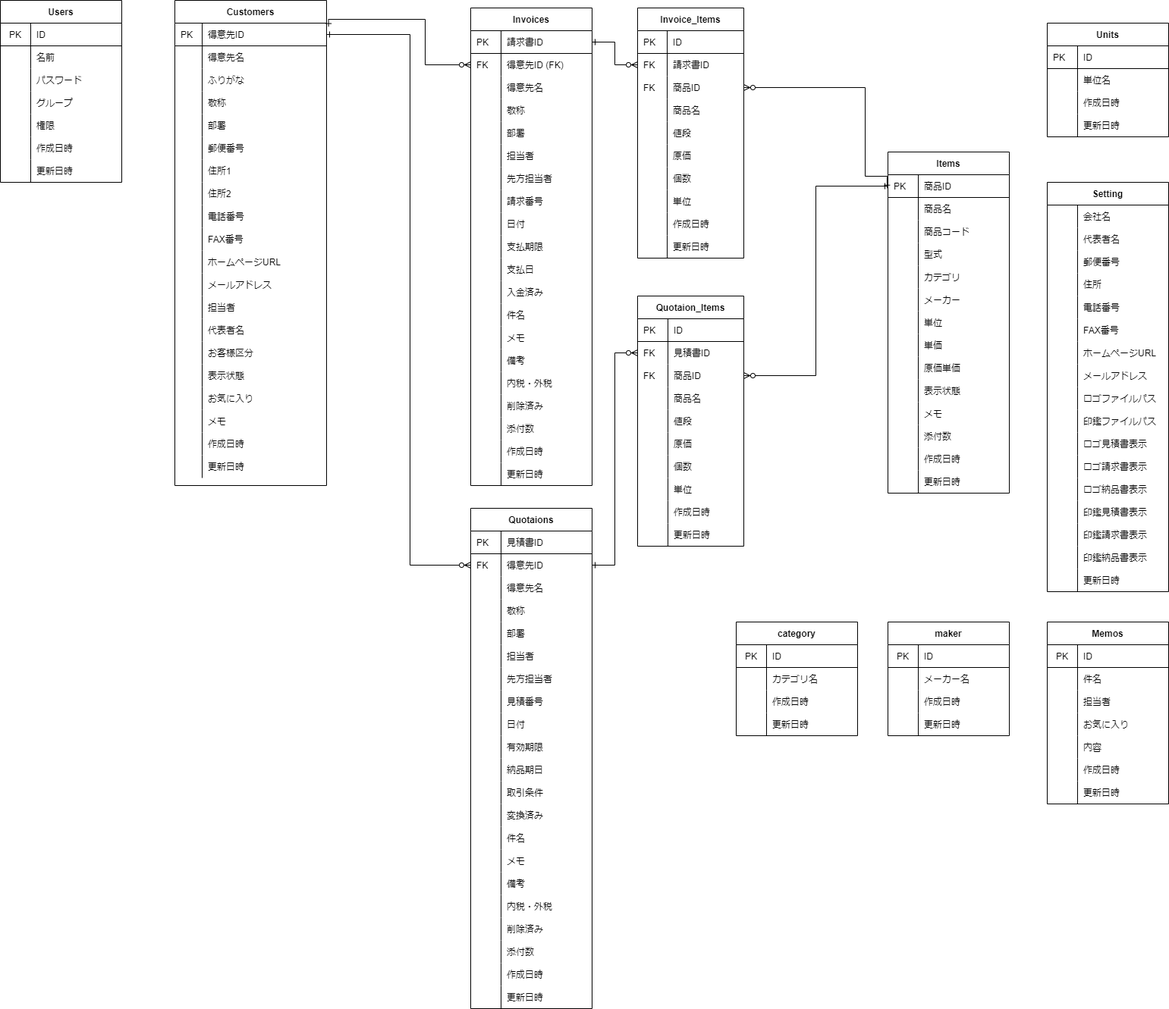
This is soho_er.png from gamasenninn/caddie-clone, a draw.io export, as it was before one commit. Source tidied: cells renumbered, new cells last; positions are measured from the earlier drawing's top-left corner, leaving out a move shared by most shapes.
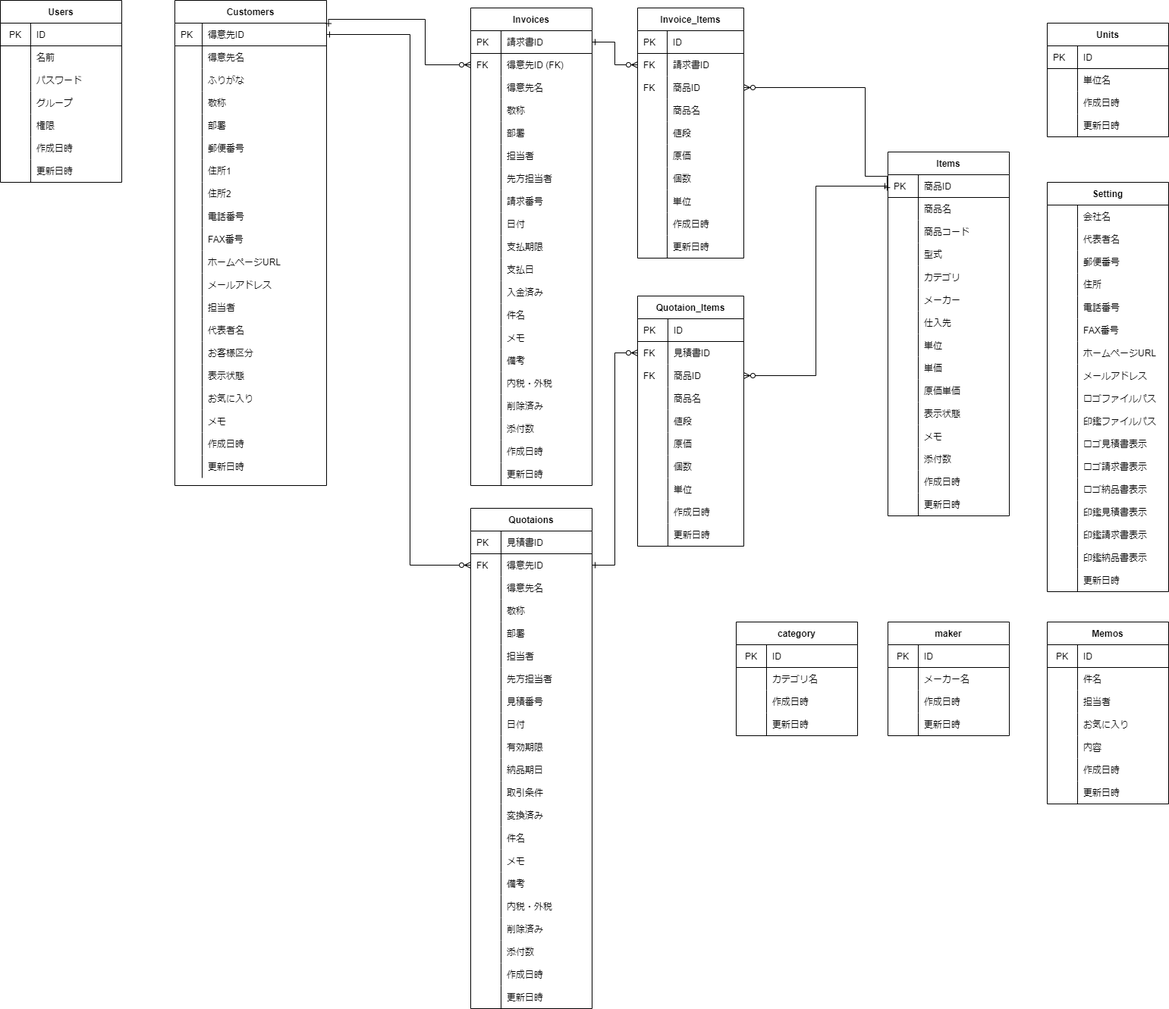
The same file after the commit.

The edit, as a diff of the source:
```diff
@@ -186,7 +186,7 @@
       <mxGeometry x="36" width="164" height="30" as="geometry" />
     </mxCell>
     <mxCell id="63" value="Items" style="shape=table;startSize=30;rowLines=0;fontStyle=1;align=center;" parent="1" vertex="1">
-      <mxGeometry x="1170" y="200" width="160" height="450" as="geometry" />
+      <mxGeometry x="1170" y="200" width="160" height="480" as="geometry" />
     </mxCell>
     <mxCell id="64" style="shape=partialRectangle;html=1;whiteSpace=wrap;fillColor=none;top=0;left=0;bottom=1;right=0;points=[[0,0.5],[1,0.5]];portConstraint=eastwest;" parent="63" vertex="1">
       <mxGeometry y="30" width="160" height="30" as="geometry" />
@@ -242,8 +242,17 @@
     <mxCell id="81" value="メーカー" style="shape=partialRectangle;html=1;whiteSpace=wrap;fillColor=none;top=0;left=0;bottom=0;right=0;align=left;spacingLeft=6;overflow=hidden;" parent="79" vertex="1">
       <mxGeometry x="40" width="120" height="30" as="geometry" />
     </mxCell>
+    <mxCell id="434" style="shape=partialRectangle;html=1;whiteSpace=wrap;fillColor=none;top=0;left=0;bottom=0;right=0;" parent="63" vertex="1">
+      <mxGeometry y="210" width="160" height="30" as="geometry" />
+    </mxCell>
+    <mxCell id="435" style="shape=partialRectangle;html=1;whiteSpace=wrap;fillColor=none;top=0;left=0;bottom=0;right=0;align=left;spacingLeft=6;overflow=hidden;" parent="434" vertex="1">
+      <mxGeometry width="40" height="30" as="geometry" />
+    </mxCell>
+    <mxCell id="436" value="仕入先" style="shape=partialRectangle;html=1;whiteSpace=wrap;fillColor=none;top=0;left=0;bottom=0;right=0;align=left;spacingLeft=6;overflow=hidden;" parent="434" vertex="1">
+      <mxGeometry x="40" width="120" height="30" as="geometry" />
+    </mxCell>
     <mxCell id="82" style="shape=partialRectangle;html=1;whiteSpace=wrap;fillColor=none;top=0;left=0;bottom=0;right=0;" parent="63" vertex="1">
-      <mxGeometry y="210" width="160" height="30" as="geometry" />
+      <mxGeometry y="240" width="160" height="30" as="geometry" />
     </mxCell>
     <mxCell id="83" style="shape=partialRectangle;html=1;whiteSpace=wrap;fillColor=none;top=0;left=0;bottom=0;right=0;align=left;spacingLeft=6;overflow=hidden;" parent="82" vertex="1">
       <mxGeometry width="40" height="30" as="geometry" />
@@ -252,7 +261,7 @@
       <mxGeometry x="40" width="120" height="30" as="geometry" />
     </mxCell>
     <mxCell id="85" style="shape=partialRectangle;html=1;whiteSpace=wrap;fillColor=none;top=0;left=0;bottom=0;right=0;" parent="63" vertex="1">
-      <mxGeometry y="240" width="160" height="30" as="geometry" />
+      <mxGeometry y="270" width="160" height="30" as="geometry" />
     </mxCell>
     <mxCell id="86" style="shape=partialRectangle;html=1;whiteSpace=wrap;fillColor=none;top=0;left=0;bottom=0;right=0;align=left;spacingLeft=6;overflow=hidden;" parent="85" vertex="1">
       <mxGeometry width="40" height="30" as="geometry" />
@@ -261,7 +270,7 @@
       <mxGeometry x="40" width="120" height="30" as="geometry" />
     </mxCell>
     <mxCell id="88" style="shape=partialRectangle;html=1;whiteSpace=wrap;fillColor=none;top=0;left=0;bottom=0;right=0;" parent="63" vertex="1">
-      <mxGeometry y="270" width="160" height="30" as="geometry" />
+      <mxGeometry y="300" width="160" height="30" as="geometry" />
     </mxCell>
     <mxCell id="89" style="shape=partialRectangle;html=1;whiteSpace=wrap;fillColor=none;top=0;left=0;bottom=0;right=0;align=left;spacingLeft=6;overflow=hidden;" parent="88" vertex="1">
       <mxGeometry width="40" height="30" as="geometry" />
@@ -270,7 +279,7 @@
       <mxGeometry x="40" width="120" height="30" as="geometry" />
     </mxCell>
     <mxCell id="91" style="shape=partialRectangle;html=1;whiteSpace=wrap;fillColor=none;top=0;left=0;bottom=0;right=0;" parent="63" vertex="1">
-      <mxGeometry y="300" width="160" height="30" as="geometry" />
+      <mxGeometry y="330" width="160" height="30" as="geometry" />
     </mxCell>
     <mxCell id="92" style="shape=partialRectangle;html=1;whiteSpace=wrap;fillColor=none;top=0;left=0;bottom=0;right=0;align=left;spacingLeft=6;overflow=hidden;" parent="91" vertex="1">
       <mxGeometry width="40" height="30" as="geometry" />
@@ -279,7 +288,7 @@
       <mxGeometry x="40" width="120" height="30" as="geometry" />
     </mxCell>
     <mxCell id="94" style="shape=partialRectangle;html=1;whiteSpace=wrap;fillColor=none;top=0;left=0;bottom=0;right=0;" parent="63" vertex="1">
-      <mxGeometry y="330" width="160" height="30" as="geometry" />
+      <mxGeometry y="360" width="160" height="30" as="geometry" />
     </mxCell>
     <mxCell id="95" style="shape=partialRectangle;html=1;whiteSpace=wrap;fillColor=none;top=0;left=0;bottom=0;right=0;align=left;spacingLeft=6;overflow=hidden;" parent="94" vertex="1">
       <mxGeometry width="40" height="30" as="geometry" />
@@ -288,7 +297,7 @@
       <mxGeometry x="40" width="120" height="30" as="geometry" />
     </mxCell>
     <mxCell id="97" style="shape=partialRectangle;html=1;whiteSpace=wrap;fillColor=none;top=0;left=0;bottom=0;right=0;" parent="63" vertex="1">
-      <mxGeometry y="360" width="160" height="30" as="geometry" />
+      <mxGeometry y="390" width="160" height="30" as="geometry" />
     </mxCell>
     <mxCell id="98" style="shape=partialRectangle;html=1;whiteSpace=wrap;fillColor=none;top=0;left=0;bottom=0;right=0;align=left;spacingLeft=6;overflow=hidden;" parent="97" vertex="1">
       <mxGeometry width="40" height="30" as="geometry" />
@@ -297,7 +306,7 @@
       <mxGeometry x="40" width="120" height="30" as="geometry" />
     </mxCell>
     <mxCell id="100" style="shape=partialRectangle;html=1;whiteSpace=wrap;fillColor=none;top=0;left=0;bottom=0;right=0;" parent="63" vertex="1">
-      <mxGeometry y="390" width="160" height="30" as="geometry" />
+      <mxGeometry y="420" width="160" height="30" as="geometry" />
     </mxCell>
     <mxCell id="101" style="shape=partialRectangle;html=1;whiteSpace=wrap;fillColor=none;top=0;left=0;bottom=0;right=0;align=left;spacingLeft=6;overflow=hidden;" parent="100" vertex="1">
       <mxGeometry width="40" height="30" as="geometry" />
@@ -306,7 +315,7 @@
       <mxGeometry x="40" width="120" height="30" as="geometry" />
     </mxCell>
     <mxCell id="103" style="shape=partialRectangle;html=1;whiteSpace=wrap;fillColor=none;top=0;left=0;bottom=0;right=0;" parent="63" vertex="1">
-      <mxGeometry y="420" width="160" height="30" as="geometry" />
+      <mxGeometry y="450" width="160" height="30" as="geometry" />
     </mxCell>
     <mxCell id="104" style="shape=partialRectangle;html=1;whiteSpace=wrap;fillColor=none;top=0;left=0;bottom=0;right=0;align=left;spacingLeft=6;overflow=hidden;" parent="103" vertex="1">
       <mxGeometry width="40" height="30" as="geometry" />
```
